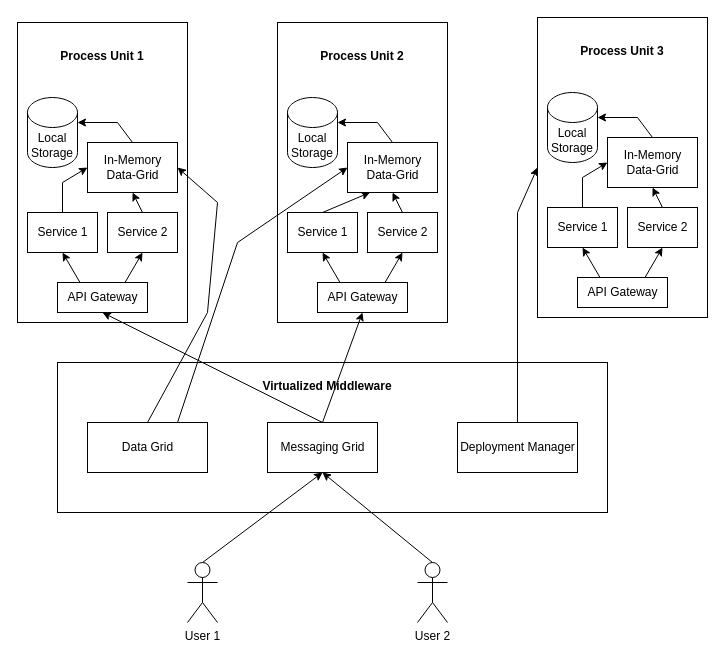
Earlier version of the draw.io diagram assets/003 Primary system components.drawio (ariverrun/coursework). Source tidied: cells renumbered, new cells numbered last; positions are measured from the earlier drawing's top-left corner, leaving out a move shared by most shapes. Both pictures are drawn from the tidied source at 100%, with x=0, y=0 at pixel (17, 17).
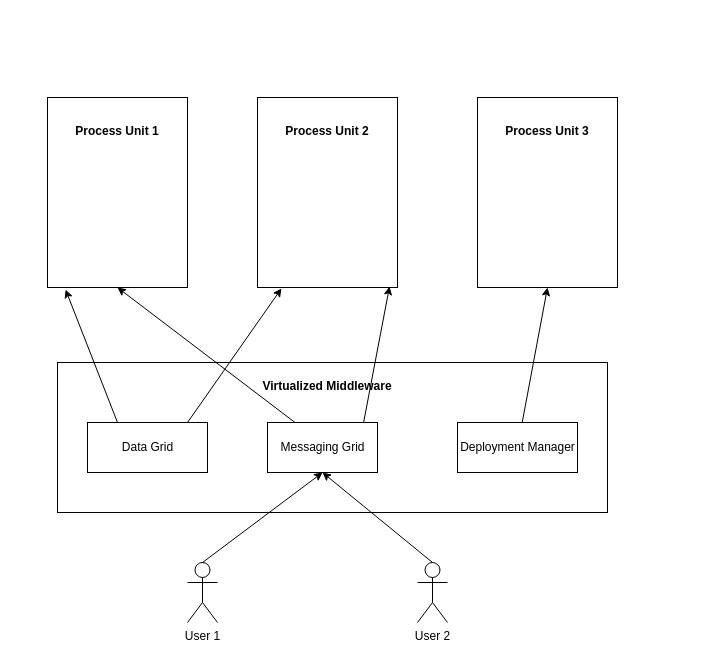
The same page after the edit.

Commit message (it also covers changes not shown here):
Removed extra details from adr, removed api gateway from functinal view, completed informational view

Unchanged cells that the change refers to:
```xml
<mxCell id="12" value="Messaging Grid" style="html=1;" parent="1" vertex="1">
  <mxGeometry x="250" y="405" width="110" height="50" as="geometry" />
</mxCell>
<mxCell id="18" value="Data Grid" style="html=1;" parent="1" vertex="1">
  <mxGeometry x="70" y="405" width="120" height="50" as="geometry" />
</mxCell>
<mxCell id="20" value="Deployment Manager" style="html=1;" parent="1" vertex="1">
  <mxGeometry x="440" y="405" width="120" height="50" as="geometry" />
</mxCell>
```

Diff of the diagram source:
```diff
@@
     <mxCell id="2" style="html=1;" parent="1" vertex="1">
-      <mxGeometry y="5" width="170" height="300" as="geometry" />
+      <mxGeometry x="30" y="80" width="140" height="190" as="geometry" />
     </mxCell>
-    <mxCell id="3" value="Service 1" style="html=1;" parent="1" vertex="1">
-      <mxGeometry x="10" y="195" width="70" height="40" as="geometry" />
-    </mxCell>
-    <mxCell id="4" value="Service 2" style="html=1;" parent="1" vertex="1">
-      <mxGeometry x="90" y="195" width="70" height="40" as="geometry" />
-    </mxCell>
-    <mxCell id="5" value="Local Storage" style="shape=cylinder3;whiteSpace=wrap;html=1;boundedLbl=1;backgroundOutline=1;size=15;" parent="1" vertex="1">
-      <mxGeometry x="10" y="80" width="50" height="70" as="geometry" />
-    </mxCell>
-    <mxCell id="6" value="In-Memory&lt;br&gt;Data-Grid" style="html=1;" parent="1" vertex="1">
-      <mxGeometry x="70" y="125" width="90" height="50" as="geometry" />
-    </mxCell>
-    <mxCell id="7" style="endArrow=classic;html=1;exitX=0.5;exitY=0;exitDx=0;exitDy=0;entryX=0;entryY=0.5;entryDx=0;entryDy=0;rounded=0;" parent="1" edge="1" source="3" target="6">
-      <mxGeometry relative="1" as="geometry">
-        <Array as="points">
-          <mxPoint x="45" y="165" />
-        </Array>
-      </mxGeometry>
-    </mxCell>
-    <mxCell id="8" style="endArrow=classic;html=1;rounded=0;entryX=0.5;entryY=1;entryDx=0;entryDy=0;exitX=0.5;exitY=0;exitDx=0;exitDy=0;" parent="1" edge="1" source="4" target="6">
-      <mxGeometry relative="1" as="geometry" />
-    </mxCell>
-    <mxCell id="9" style="endArrow=classic;html=1;rounded=0;entryX=1;entryY=0;entryDx=0;entryDy=25;entryPerimeter=0;exitX=0.5;exitY=0;exitDx=0;exitDy=0;" parent="1" edge="1" source="6" target="5">
-      <mxGeometry relative="1" as="geometry">
-        <Array as="points">
-          <mxPoint x="100" y="105" />
-        </Array>
-      </mxGeometry>
-    </mxCell>
@@
     <mxCell id="13" value="Process Unit 1" style="text;align=center;fontStyle=1;verticalAlign=middle;spacingLeft=3;spacingRight=3;strokeColor=none;" parent="1" vertex="1">
-      <mxGeometry x="45" y="25" width="80" height="26" as="geometry" />
+      <mxGeometry x="60" y="100" width="80" height="26" as="geometry" />
     </mxCell>
@@
-    <mxCell id="15" value="API Gateway" style="html=1;" parent="1" vertex="1">
-      <mxGeometry x="40" y="265" width="90" height="30" as="geometry" />
-    </mxCell>
-    <mxCell id="16" style="endArrow=classic;html=1;rounded=0;entryX=0.5;entryY=1;entryDx=0;entryDy=0;exitX=0.25;exitY=0;exitDx=0;exitDy=0;" parent="1" edge="1" source="15" target="3">
-      <mxGeometry relative="1" as="geometry" />
-    </mxCell>
-    <mxCell id="17" style="endArrow=classic;html=1;rounded=0;entryX=0.5;entryY=1;entryDx=0;entryDy=0;exitX=0.75;exitY=0;exitDx=0;exitDy=0;" parent="1" edge="1" source="15" target="4">
-      <mxGeometry relative="1" as="geometry" />
-    </mxCell>
@@
-    <mxCell id="21" style="html=1;" parent="1" vertex="1">
-      <mxGeometry x="260" y="5" width="170" height="300" as="geometry" />
-    </mxCell>
-    <mxCell id="22" value="Service 1" style="html=1;" parent="1" vertex="1">
-      <mxGeometry x="270" y="195" width="70" height="40" as="geometry" />
-    </mxCell>
-    <mxCell id="23" value="Service 2" style="html=1;" parent="1" vertex="1">
-      <mxGeometry x="350" y="195" width="70" height="40" as="geometry" />
-    </mxCell>
-    <mxCell id="24" value="Local Storage" style="shape=cylinder3;whiteSpace=wrap;html=1;boundedLbl=1;backgroundOutline=1;size=15;" parent="1" vertex="1">
-      <mxGeometry x="270" y="80" width="50" height="70" as="geometry" />
-    </mxCell>
-    <mxCell id="25" value="In-Memory&lt;br&gt;Data-Grid" style="html=1;" parent="1" vertex="1">
-      <mxGeometry x="330" y="125" width="90" height="50" as="geometry" />
-    </mxCell>
-    <mxCell id="26" style="endArrow=classic;html=1;exitX=0.5;exitY=0;exitDx=0;exitDy=0;entryX=0.25;entryY=1;entryDx=0;entryDy=0;rounded=0;" parent="1" edge="1" source="22" target="25">
-      <mxGeometry relative="1" as="geometry" />
-    </mxCell>
-    <mxCell id="27" style="endArrow=classic;html=1;rounded=0;entryX=0.5;entryY=1;entryDx=0;entryDy=0;exitX=0.5;exitY=0;exitDx=0;exitDy=0;" parent="1" edge="1" source="23" target="25">
-      <mxGeometry relative="1" as="geometry" />
-    </mxCell>
-    <mxCell id="28" style="endArrow=classic;html=1;rounded=0;entryX=1;entryY=0;entryDx=0;entryDy=25;entryPerimeter=0;exitX=0.5;exitY=0;exitDx=0;exitDy=0;" parent="1" edge="1" source="25" target="24">
-      <mxGeometry relative="1" as="geometry">
-        <Array as="points">
-          <mxPoint x="360" y="105" />
-        </Array>
-      </mxGeometry>
-    </mxCell>
-    <mxCell id="29" value="Process Unit 2" style="text;align=center;fontStyle=1;verticalAlign=middle;spacingLeft=3;spacingRight=3;strokeColor=none;" parent="1" vertex="1">
-      <mxGeometry x="305" y="25" width="80" height="26" as="geometry" />
-    </mxCell>
-    <mxCell id="30" value="API Gateway" style="html=1;" parent="1" vertex="1">
-      <mxGeometry x="300" y="265" width="90" height="30" as="geometry" />
-    </mxCell>
-    <mxCell id="31" style="endArrow=classic;html=1;rounded=0;entryX=0.5;entryY=1;entryDx=0;entryDy=0;exitX=0.25;exitY=0;exitDx=0;exitDy=0;" parent="1" edge="1" source="30" target="22">
-      <mxGeometry relative="1" as="geometry" />
-    </mxCell>
-    <mxCell id="32" style="endArrow=classic;html=1;rounded=0;entryX=0.5;entryY=1;entryDx=0;entryDy=0;exitX=0.75;exitY=0;exitDx=0;exitDy=0;" parent="1" edge="1" source="30" target="23">
-      <mxGeometry relative="1" as="geometry" />
-    </mxCell>
-    <mxCell id="33" style="html=1;" parent="1" vertex="1">
-      <mxGeometry x="520" width="170" height="300" as="geometry" />
-    </mxCell>
-    <mxCell id="34" value="Service 1" style="html=1;" parent="1" vertex="1">
-      <mxGeometry x="530" y="190" width="70" height="40" as="geometry" />
-    </mxCell>
-    <mxCell id="35" value="Service 2" style="html=1;" parent="1" vertex="1">
-      <mxGeometry x="610" y="190" width="70" height="40" as="geometry" />
-    </mxCell>
-    <mxCell id="36" value="Local Storage" style="shape=cylinder3;whiteSpace=wrap;html=1;boundedLbl=1;backgroundOutline=1;size=15;" parent="1" vertex="1">
-      <mxGeometry x="530" y="75" width="50" height="70" as="geometry" />
-    </mxCell>
-    <mxCell id="37" value="In-Memory&lt;br&gt;Data-Grid" style="html=1;" parent="1" vertex="1">
-      <mxGeometry x="590" y="120" width="90" height="50" as="geometry" />
-    </mxCell>
-    <mxCell id="38" style="endArrow=classic;html=1;exitX=0.5;exitY=0;exitDx=0;exitDy=0;entryX=0;entryY=0.5;entryDx=0;entryDy=0;rounded=0;" parent="1" edge="1" source="34" target="37">
-      <mxGeometry relative="1" as="geometry">
-        <Array as="points">
-          <mxPoint x="565" y="160" />
-        </Array>
-      </mxGeometry>
-    </mxCell>
-    <mxCell id="39" style="endArrow=classic;html=1;rounded=0;entryX=0.5;entryY=1;entryDx=0;entryDy=0;exitX=0.5;exitY=0;exitDx=0;exitDy=0;" parent="1" edge="1" source="35" target="37">
-      <mxGeometry relative="1" as="geometry" />
-    </mxCell>
-    <mxCell id="40" style="endArrow=classic;html=1;rounded=0;entryX=1;entryY=0;entryDx=0;entryDy=25;entryPerimeter=0;exitX=0.5;exitY=0;exitDx=0;exitDy=0;" parent="1" edge="1" source="37" target="36">
-      <mxGeometry relative="1" as="geometry">
-        <Array as="points">
-          <mxPoint x="620" y="100" />
-        </Array>
-      </mxGeometry>
-    </mxCell>
-    <mxCell id="41" value="Process Unit 3" style="text;align=center;fontStyle=1;verticalAlign=middle;spacingLeft=3;spacingRight=3;strokeColor=none;" parent="1" vertex="1">
-      <mxGeometry x="565" y="20" width="80" height="26" as="geometry" />
-    </mxCell>
-    <mxCell id="42" value="API Gateway" style="html=1;" parent="1" vertex="1">
-      <mxGeometry x="560" y="260" width="90" height="30" as="geometry" />
-    </mxCell>
-    <mxCell id="43" style="endArrow=classic;html=1;rounded=0;entryX=0.5;entryY=1;entryDx=0;entryDy=0;exitX=0.25;exitY=0;exitDx=0;exitDy=0;" parent="1" edge="1" source="42" target="34">
-      <mxGeometry relative="1" as="geometry" />
-    </mxCell>
-    <mxCell id="44" style="endArrow=classic;html=1;rounded=0;entryX=0.5;entryY=1;entryDx=0;entryDy=0;exitX=0.75;exitY=0;exitDx=0;exitDy=0;" parent="1" edge="1" source="42" target="35">
-      <mxGeometry relative="1" as="geometry" />
-    </mxCell>
@@
-    <mxCell id="47" style="endArrow=classic;html=1;rounded=0;exitX=0.5;exitY=0;exitDx=0;exitDy=0;entryX=0.5;entryY=1;entryDx=0;entryDy=0;" parent="1" edge="1" source="12" target="15">
-      <mxGeometry relative="1" as="geometry" />
-    </mxCell>
-    <mxCell id="48" style="endArrow=classic;html=1;rounded=0;exitX=0.5;exitY=0;exitDx=0;exitDy=0;entryX=0.5;entryY=1;entryDx=0;entryDy=0;" parent="1" edge="1" source="12" target="30">
-      <mxGeometry relative="1" as="geometry" />
-    </mxCell>
-    <mxCell id="49" style="endArrow=classic;html=1;rounded=0;exitX=0.5;exitY=0;exitDx=0;exitDy=0;entryX=0;entryY=0.5;entryDx=0;entryDy=0;" parent="1" edge="1" source="20" target="33">
-      <mxGeometry relative="1" as="geometry">
-        <Array as="points">
-          <mxPoint x="500" y="195" />
-        </Array>
-      </mxGeometry>
-    </mxCell>
-    <mxCell id="50" style="endArrow=classic;html=1;rounded=0;exitX=0.5;exitY=0;exitDx=0;exitDy=0;entryX=1;entryY=0.5;entryDx=0;entryDy=0;" parent="1" edge="1" source="18" target="6">
-      <mxGeometry relative="1" as="geometry">
-        <Array as="points">
-          <mxPoint x="190" y="295" />
-          <mxPoint x="200" y="185" />
-        </Array>
-      </mxGeometry>
-    </mxCell>
-    <mxCell id="51" style="endArrow=classic;html=1;rounded=0;exitX=0.75;exitY=0;exitDx=0;exitDy=0;entryX=0;entryY=0.5;entryDx=0;entryDy=0;" parent="1" edge="1" source="18" target="25">
-      <mxGeometry relative="1" as="geometry">
-        <Array as="points">
-          <mxPoint x="220" y="225" />
-        </Array>
-      </mxGeometry>
+    <mxCell id="51" style="html=1;" parent="1" vertex="1">
+      <mxGeometry x="240" y="80" width="140" height="190" as="geometry" />
     </mxCell>
+    <mxCell id="29" value="Process Unit 2" style="text;align=center;fontStyle=1;verticalAlign=middle;spacingLeft=3;spacingRight=3;strokeColor=none;" parent="1" vertex="1">
+      <mxGeometry x="270" y="100" width="80" height="26" as="geometry" />
+    </mxCell>
+    <mxCell id="52" style="html=1;" parent="1" vertex="1">
+      <mxGeometry x="460" y="80" width="140" height="190" as="geometry" />
+    </mxCell>
+    <mxCell id="41" value="Process Unit 3" style="text;align=center;fontStyle=1;verticalAlign=middle;spacingLeft=3;spacingRight=3;strokeColor=none;" parent="1" vertex="1">
+      <mxGeometry x="490" y="100" width="80" height="26" as="geometry" />
+    </mxCell>
+    <mxCell id="53" style="endArrow=classic;html=1;rounded=0;exitX=0.5;exitY=0;exitDx=0;exitDy=0;exitPerimeter=0;entryX=0.129;entryY=1.011;entryDx=0;entryDy=0;entryPerimeter=0;" parent="1" edge="1" target="2">
+      <mxGeometry relative="1" as="geometry">
+        <mxPoint x="100" y="405" as="sourcePoint" />
+      </mxGeometry>
+    </mxCell>
+    <mxCell id="54" style="endArrow=classic;html=1;rounded=0;exitX=0.5;exitY=0;exitDx=0;exitDy=0;exitPerimeter=0;entryX=0.171;entryY=1.005;entryDx=0;entryDy=0;entryPerimeter=0;" parent="1" edge="1" target="51">
+      <mxGeometry relative="1" as="geometry">
+        <mxPoint x="170" y="405" as="sourcePoint" />
+      </mxGeometry>
+    </mxCell>
+    <mxCell id="55" style="endArrow=classic;html=1;rounded=0;exitX=0.25;exitY=0;exitDx=0;exitDy=0;entryX=0.5;entryY=1;entryDx=0;entryDy=0;" parent="1" edge="1" source="12" target="2">
+      <mxGeometry relative="1" as="geometry" />
+    </mxCell>
+    <mxCell id="56" style="endArrow=classic;html=1;rounded=0;exitX=0.5;exitY=0;exitDx=0;exitDy=0;exitPerimeter=0;entryX=0.943;entryY=0.995;entryDx=0;entryDy=0;entryPerimeter=0;" parent="1" edge="1" target="51">
+      <mxGeometry relative="1" as="geometry">
+        <mxPoint x="346.1" y="405" as="sourcePoint" />
+      </mxGeometry>
+    </mxCell>
+    <mxCell id="57" style="endArrow=classic;html=1;rounded=0;entryX=0.5;entryY=1;entryDx=0;entryDy=0;" parent="1" edge="1" source="20" target="52">
+      <mxGeometry relative="1" as="geometry" />
+    </mxCell>
```
